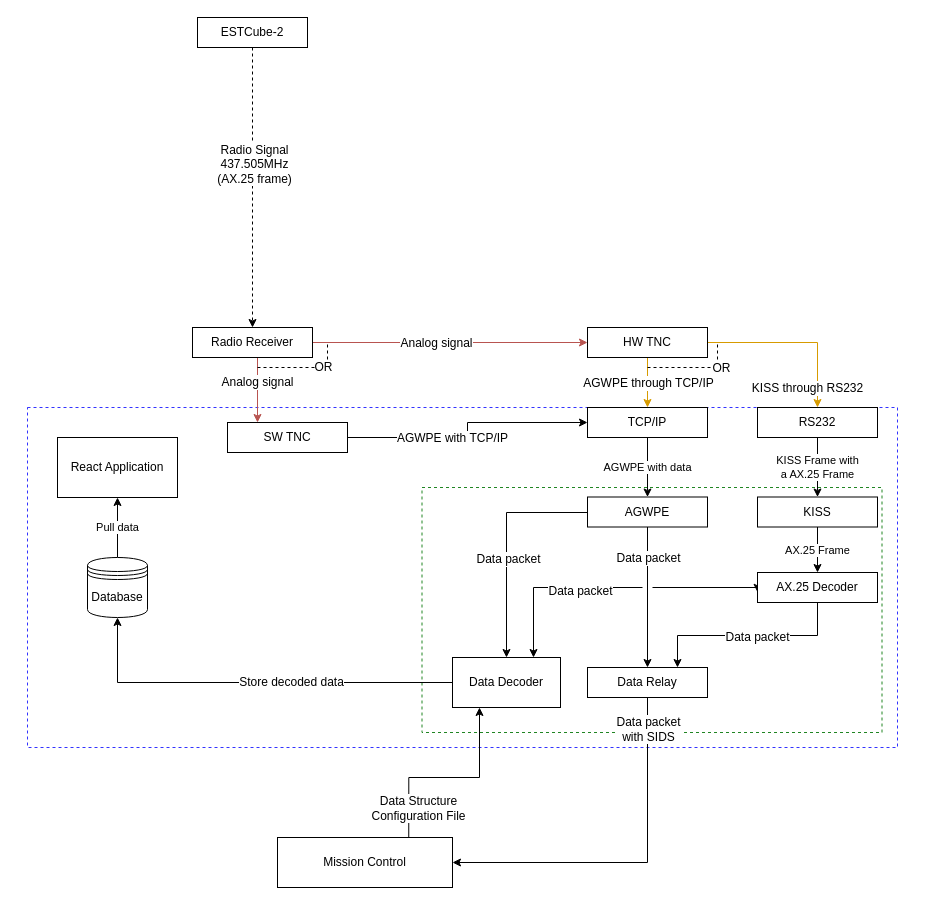
Before: doc/images/ec2-telemetry-diagram.drawio in estcube/Telemetry-Forwarding-Client, a draw.io diagram. Source tidied: cells renumbered, new cells numbered last; positions are measured from the earlier drawing's top-left corner, leaving out a move shared by most shapes. Both pictures are drawn from the tidied source at 100%, with x=0, y=0 at pixel (27, 17).
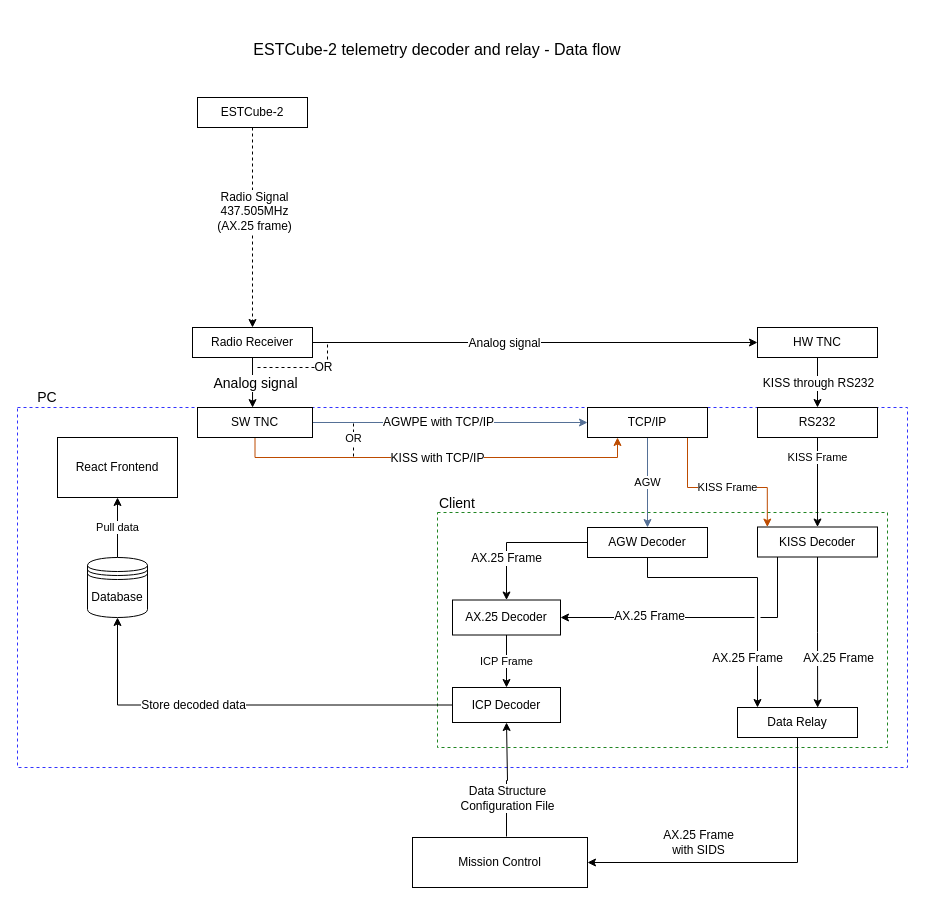
The same page after the edit.

Commit message (it also covers changes not shown here):
Updated the data flow diagram according to meeting notes.

Related to #5.

The change refers to these unchanged cells:
```xml
<mxCell id="11" value="Radio Receiver" style="rounded=0;whiteSpace=wrap;html=1;" parent="1" vertex="1">
  <mxGeometry x="165" y="310" width="120" height="30" as="geometry" />
</mxCell>
<mxCell id="18" value="TCP/IP" style="rounded=0;whiteSpace=wrap;html=1;" parent="1" vertex="1">
  <mxGeometry x="560" y="390" width="120" height="30" as="geometry" />
</mxCell>
<mxCell id="34" value="Database" style="shape=datastore;whiteSpace=wrap;html=1;" parent="1" vertex="1">
  <mxGeometry x="60" y="540" width="60" height="60" as="geometry" />
</mxCell>
<mxCell id="40" value="RS232" style="rounded=0;whiteSpace=wrap;html=1;" parent="1" vertex="1">
  <mxGeometry x="730" y="390" width="120" height="30" as="geometry" />
</mxCell>
```

Diff of the diagram source:
```diff
@@
+    <mxCell id="3" style="rounded=0;whiteSpace=wrap;html=1;fillColor=none;dashed=1;strokeColor=#3333FF;" parent="1" vertex="1">
+      <mxGeometry x="-10" y="390" width="890" height="360" as="geometry" />
+    </mxCell>
     <mxCell id="2" style="rounded=0;whiteSpace=wrap;html=1;fillColor=none;dashed=1;strokeColor=#208523;" parent="1" vertex="1">
-      <mxGeometry x="394.5" y="470" width="460" height="245" as="geometry" />
+      <mxGeometry x="410" y="495" width="450" height="235" as="geometry" />
     </mxCell>
-    <mxCell id="3" style="rounded=0;whiteSpace=wrap;html=1;fillColor=none;dashed=1;strokeColor=#3333FF;" parent="1" vertex="1">
-      <mxGeometry y="390" width="870" height="340" as="geometry" />
-    </mxCell>
@@
     <mxCell id="6" value="ESTCube-2" style="rounded=0;whiteSpace=wrap;html=1;" parent="1" vertex="1">
-      <mxGeometry x="170" width="110" height="30" as="geometry" />
+      <mxGeometry x="170" y="80" width="110" height="30" as="geometry" />
     </mxCell>
-    <mxCell id="7" style="edgeStyle=elbowEdgeStyle;rounded=0;jettySize=auto;html=1;entryX=0;entryY=0.5;entryDx=0;entryDy=0;elbow=vertical;shadow=0;comic=0;fillColor=#f8cecc;strokeColor=#b85450;" parent="1" edge="1" source="11" target="16">
+    <mxCell id="7" style="edgeStyle=elbowEdgeStyle;rounded=0;jettySize=auto;html=1;entryX=0;entryY=0.5;entryDx=0;entryDy=0;elbow=vertical;shadow=0;comic=0;fillColor=#f8cecc;strokeColor=#000000;" parent="1" edge="1" source="11" target="16">
       <mxGeometry relative="1" as="geometry" />
     </mxCell>
@@
-    <mxCell id="9" style="edgeStyle=orthogonalEdgeStyle;rounded=0;jettySize=auto;html=1;entryX=0.25;entryY=0;entryDx=0;entryDy=0;shadow=0;comic=0;fillColor=#f8cecc;strokeColor=#b85450;" parent="1" edge="1" source="11" target="38">
-      <mxGeometry relative="1" as="geometry">
-        <Array as="points">
-          <mxPoint x="230" y="360" />
-          <mxPoint x="230" y="360" />
-        </Array>
-      </mxGeometry>
+    <mxCell id="9" style="edgeStyle=orthogonalEdgeStyle;rounded=0;jumpStyle=gap;jettySize=auto;html=1;entryX=0.479;entryY=0.004;entryDx=0;entryDy=0;entryPerimeter=0;strokeColor=#000000;fontFamily=Helvetica;fontSize=14;" parent="1" edge="1" source="11" target="38">
+      <mxGeometry relative="1" as="geometry" />
     </mxCell>
-    <mxCell id="10" value="Analog signal" style="text;html=1;align=center;verticalAlign=middle;labelBackgroundColor=#ffffff;" parent="9" vertex="1">
-      <mxGeometry x="-0.28" y="-2" relative="1" as="geometry">
-        <mxPoint x="1.5" y="1.5" as="offset" />
+    <mxCell id="10" value="Analog signal" style="text;html=1;align=center;verticalAlign=middle;labelBackgroundColor=#ffffff;fontSize=14;fontFamily=Helvetica;" parent="9" vertex="1">
+      <mxGeometry x="0.22" y="-1" relative="1" as="geometry">
+        <mxPoint x="3.5" y="-5.5" as="offset" />
       </mxGeometry>
     </mxCell>
@@
-    <mxCell id="12" style="edgeStyle=orthogonalEdgeStyle;rounded=0;jettySize=auto;html=1;fillColor=#ffe6cc;strokeColor=#d79b00;" parent="1" edge="1" source="16" target="18">
-      <mxGeometry relative="1" as="geometry" />
-    </mxCell>
-    <mxCell id="13" value="AGWPE through TCP/IP" style="text;html=1;align=center;verticalAlign=middle;labelBackgroundColor=#ffffff;" parent="12" vertex="1">
-      <mxGeometry x="-0.25" y="-4" relative="1" as="geometry">
-        <mxPoint x="4" y="6" as="offset" />
-      </mxGeometry>
-    </mxCell>
-    <mxCell id="14" style="edgeStyle=orthogonalEdgeStyle;rounded=0;jettySize=auto;html=1;fillColor=#ffe6cc;strokeColor=#d79b00;" parent="1" edge="1" source="16" target="40">
+    <mxCell id="14" style="edgeStyle=orthogonalEdgeStyle;rounded=0;jettySize=auto;html=1;fillColor=#ffe6cc;strokeColor=#000000;" parent="1" edge="1" source="16" target="40">
       <mxGeometry relative="1" as="geometry" />
     </mxCell>
-    <mxCell id="15" value="KISS through RS232" style="text;html=1;align=center;verticalAlign=middle;labelBackgroundColor=#ffffff;" parent="14" vertex="1">
+    <mxCell id="15" value="KISS through RS232" style="text;html=1;align=center;verticalAlign=middle;labelBackgroundColor=#ffffff;direction=south;" parent="14" vertex="1">
       <mxGeometry x="-0.3" y="-2" relative="1" as="geometry">
-        <mxPoint x="38.5" y="43.5" as="offset" />
+        <mxPoint x="2" y="7" as="offset" />
       </mxGeometry>
     </mxCell>
     <mxCell id="16" value="HW TNC" style="rounded=0;whiteSpace=wrap;html=1;" parent="1" vertex="1">
-      <mxGeometry x="560" y="310" width="120" height="30" as="geometry" />
+      <mxGeometry x="730" y="310" width="120" height="30" as="geometry" />
     </mxCell>
-    <mxCell id="17" value="AGWPE with data" style="edgeStyle=orthogonalEdgeStyle;rounded=0;jettySize=auto;html=1;" parent="1" edge="1" source="18" target="23">
-      <mxGeometry relative="1" as="geometry" />
+    <mxCell id="17" value="AGW" style="edgeStyle=orthogonalEdgeStyle;rounded=0;jettySize=auto;html=1;strokeColor=#557096;" parent="1" edge="1" source="18" target="23">
+      <mxGeometry relative="1" as="geometry">
+        <Array as="points">
+          <mxPoint x="620" y="460" />
+          <mxPoint x="620" y="460" />
+        </Array>
+      </mxGeometry>
     </mxCell>
+    <mxCell id="53" value="KISS Frame" style="edgeStyle=orthogonalEdgeStyle;rounded=0;jettySize=auto;html=1;entryX=0.082;entryY=0.002;entryDx=0;entryDy=0;entryPerimeter=0;fillColor=#f8cecc;strokeColor=#BD4B00;" parent="1" edge="1" source="18" target="42">
+      <mxGeometry x="0.06" relative="1" as="geometry">
+        <Array as="points">
+          <mxPoint x="660" y="470" />
+          <mxPoint x="740" y="470" />
+        </Array>
+      </mxGeometry>
+    </mxCell>
@@
-    <mxCell id="19" style="edgeStyle=elbowEdgeStyle;rounded=0;comic=0;jumpStyle=gap;jettySize=auto;elbow=vertical;html=1;entryX=0.5;entryY=0;entryDx=0;entryDy=0;shadow=0;endArrow=classic;endFill=1;" parent="1" edge="1" source="23" target="26">
-      <mxGeometry relative="1" as="geometry" />
+    <mxCell id="19" style="edgeStyle=orthogonalEdgeStyle;rounded=0;jettySize=auto;html=1;" parent="1" edge="1" source="23" target="26">
+      <mxGeometry relative="1" as="geometry">
+        <Array as="points">
+          <mxPoint x="620" y="560" />
+          <mxPoint x="730" y="560" />
+        </Array>
+      </mxGeometry>
     </mxCell>
-    <mxCell id="20" value="Data packet" style="text;html=1;align=center;verticalAlign=middle;labelBackgroundColor=#ffffff;" parent="19" vertex="1">
-      <mxGeometry x="-0.39" y="-3" relative="1" as="geometry">
-        <mxPoint x="3" y="-12" as="offset" />
-      </mxGeometry>
-    </mxCell>
-    <mxCell id="21" style="edgeStyle=elbowEdgeStyle;rounded=0;comic=0;jumpStyle=gap;jettySize=auto;elbow=vertical;html=1;entryX=0.5;entryY=0;entryDx=0;entryDy=0;shadow=0;endArrow=classic;endFill=1;" parent="1" edge="1" source="23" target="32">
-      <mxGeometry relative="1" as="geometry">
-        <Array as="points">
-          <mxPoint x="540" y="495" />
-          <mxPoint x="510" y="550" />
-        </Array>
-      </mxGeometry>
-    </mxCell>
-    <mxCell id="22" value="Data packet" style="text;html=1;align=center;verticalAlign=middle;labelBackgroundColor=#ffffff;" parent="21" vertex="1">
-      <mxGeometry x="-0.29" y="46" relative="1" as="geometry" />
-    </mxCell>
+    <mxCell id="54" value="AX.25 Frame" style="text;html=1;align=center;verticalAlign=middle;labelBackgroundColor=#ffffff;" parent="19" vertex="1">
+      <mxGeometry x="-0.22" y="-4" relative="1" as="geometry">
+        <mxPoint x="18.5" y="76" as="offset" />
+      </mxGeometry>
+    </mxCell>
+    <mxCell id="55" style="edgeStyle=orthogonalEdgeStyle;rounded=0;jettySize=auto;html=1;strokeColor=#000000;" parent="1" edge="1" source="23" target="48">
+      <mxGeometry relative="1" as="geometry" />
+    </mxCell>
+    <mxCell id="56" value="AX.25 Frame" style="text;html=1;align=center;verticalAlign=middle;labelBackgroundColor=#ffffff;" parent="55" vertex="1">
+      <mxGeometry x="0.04" y="23" relative="1" as="geometry">
+        <mxPoint x="-9.5" y="-8" as="offset" />
+      </mxGeometry>
+    </mxCell>
-    <mxCell id="23" value="AGWPE" style="rounded=0;whiteSpace=wrap;html=1;" parent="1" vertex="1">
-      <mxGeometry x="560" y="479.5" width="120" height="30" as="geometry" />
+    <mxCell id="23" value="AGW Decoder" style="rounded=0;whiteSpace=wrap;html=1;" parent="1" vertex="1">
+      <mxGeometry x="560" y="510" width="120" height="30" as="geometry" />
     </mxCell>
     <mxCell id="24" style="edgeStyle=orthogonalEdgeStyle;rounded=0;jettySize=auto;html=1;" parent="1" edge="1" source="26" target="29">
       <mxGeometry relative="1" as="geometry">
         <Array as="points">
-          <mxPoint x="620" y="845" />
+          <mxPoint x="770" y="845" />
         </Array>
       </mxGeometry>
     </mxCell>
-    <mxCell id="25" value="Data packet &lt;br&gt;with SIDS" style="text;html=1;align=center;verticalAlign=middle;labelBackgroundColor=#ffffff;" parent="24" vertex="1">
+    <mxCell id="25" value="AX.25 Frame&lt;br&gt;with SIDS" style="text;html=1;align=center;verticalAlign=middle;labelBackgroundColor=#ffffff;" parent="24" vertex="1">
       <mxGeometry x="-0.69" y="-2" relative="1" as="geometry">
-        <mxPoint x="2" y="-25" as="offset" />
+        <mxPoint x="-98" y="52.5" as="offset" />
       </mxGeometry>
     </mxCell>
     <mxCell id="26" value="Data Relay" style="rounded=0;whiteSpace=wrap;html=1;" parent="1" vertex="1">
-      <mxGeometry x="560" y="650" width="120" height="30" as="geometry" />
+      <mxGeometry x="710" y="690" width="120" height="30" as="geometry" />
     </mxCell>
-    <mxCell id="27" style="edgeStyle=orthogonalEdgeStyle;rounded=0;jettySize=auto;html=1;entryX=0.25;entryY=1;entryDx=0;entryDy=0;exitX=0.75;exitY=0;exitDx=0;exitDy=0;" parent="1" edge="1" source="29" target="32">
+    <mxCell id="27" style="edgeStyle=orthogonalEdgeStyle;rounded=0;jettySize=auto;html=1;entryX=0.5;entryY=1;entryDx=0;entryDy=0;" parent="1" edge="1" target="32">
       <mxGeometry relative="1" as="geometry">
+        <mxPoint x="479" y="819" as="sourcePoint" />
         <Array as="points">
-          <mxPoint x="381" y="760" />
-          <mxPoint x="452" y="760" />
+          <mxPoint x="480" y="763" />
         </Array>
       </mxGeometry>
     </mxCell>
     <mxCell id="28" value="Data Structure&lt;br&gt;Configuration File" style="text;html=1;align=center;verticalAlign=middle;labelBackgroundColor=#ffffff;" parent="27" vertex="1">
       <mxGeometry x="0.11" y="-2" relative="1" as="geometry">
-        <mxPoint x="-42" y="28.5" as="offset" />
+        <mxPoint x="-2" y="24.5" as="offset" />
       </mxGeometry>
     </mxCell>
     <mxCell id="29" value="Mission Control" style="rounded=0;whiteSpace=wrap;html=1;" parent="1" vertex="1">
-      <mxGeometry x="250" y="820" width="175" height="50" as="geometry" />
+      <mxGeometry x="385" y="820" width="175" height="50" as="geometry" />
     </mxCell>
     <mxCell id="30" style="edgeStyle=orthogonalEdgeStyle;rounded=0;jettySize=auto;html=1;entryX=0.5;entryY=1;entryDx=0;entryDy=0;exitX=0;exitY=0.5;exitDx=0;exitDy=0;" parent="1" edge="1" source="32" target="34">
       <mxGeometry relative="1" as="geometry">
         <Array as="points">
-          <mxPoint x="90" y="665" />
+          <mxPoint x="90" y="688" />
         </Array>
       </mxGeometry>
     </mxCell>
     <mxCell id="31" value="Store decoded data" style="text;html=1;align=center;verticalAlign=middle;labelBackgroundColor=#ffffff;" parent="30" vertex="1">
-      <mxGeometry x="-0.19" y="-1" relative="1" as="geometry" />
+      <mxGeometry x="-0.19" y="-1" relative="1" as="geometry">
+        <mxPoint x="-88.5" y="1" as="offset" />
+      </mxGeometry>
     </mxCell>
-    <mxCell id="32" value="Data Decoder" style="rounded=0;whiteSpace=wrap;html=1;" parent="1" vertex="1">
-      <mxGeometry x="425" y="640" width="108" height="50" as="geometry" />
+    <mxCell id="32" value="ICP Decoder" style="rounded=0;whiteSpace=wrap;html=1;" parent="1" vertex="1">
+      <mxGeometry x="425" y="670" width="108" height="35" as="geometry" />
     </mxCell>
+    <mxCell id="46" value="ICP Frame" style="edgeStyle=orthogonalEdgeStyle;rounded=0;jumpStyle=gap;jettySize=auto;html=1;entryX=0.5;entryY=0;entryDx=0;entryDy=0;strokeColor=#000000;" parent="1" edge="1" source="48" target="32">
+      <mxGeometry relative="1" as="geometry" />
+    </mxCell>
+    <mxCell id="48" value="AX.25 Decoder" style="rounded=0;whiteSpace=wrap;html=1;" parent="1" vertex="1">
+      <mxGeometry x="425" y="582.5" width="108" height="35" as="geometry" />
+    </mxCell>
@@
-    <mxCell id="35" value="React Application" style="rounded=0;whiteSpace=wrap;html=1;fillColor=#ffffff;gradientColor=none;" parent="1" vertex="1">
+    <mxCell id="35" value="React Frontend" style="rounded=0;whiteSpace=wrap;html=1;fillColor=#ffffff;gradientColor=none;" parent="1" vertex="1">
       <mxGeometry x="30" y="420" width="120" height="60" as="geometry" />
     </mxCell>
-    <mxCell id="36" style="edgeStyle=orthogonalEdgeStyle;rounded=0;jettySize=auto;html=1;entryX=0;entryY=0.5;entryDx=0;entryDy=0;" parent="1" edge="1" source="38" target="18">
-      <mxGeometry relative="1" as="geometry" />
+    <mxCell id="36" style="edgeStyle=orthogonalEdgeStyle;rounded=0;jettySize=auto;html=1;entryX=0;entryY=0.5;entryDx=0;entryDy=0;fillColor=#dae8fc;strokeColor=#557096;" parent="1" edge="1" source="38" target="18">
+      <mxGeometry relative="1" as="geometry">
+        <Array as="points">
+          <mxPoint x="260" y="405" />
+        </Array>
+      </mxGeometry>
     </mxCell>
     <mxCell id="37" value="AGWPE with TCP/IP" style="text;html=1;align=center;verticalAlign=middle;labelBackgroundColor=#ffffff;" parent="36" vertex="1">
       <mxGeometry x="0.14" y="-2" relative="1" as="geometry">
-        <mxPoint x="-26" y="13.5" as="offset" />
+        <mxPoint x="-31.5" y="-2.5" as="offset" />
       </mxGeometry>
     </mxCell>
+    <mxCell id="57" style="edgeStyle=orthogonalEdgeStyle;rounded=0;jettySize=auto;html=1;entryX=0.25;entryY=1;entryDx=0;entryDy=0;fillColor=#ffe6cc;strokeColor=#BD4B00;" parent="1" edge="1" source="38" target="18">
+      <mxGeometry relative="1" as="geometry">
+        <Array as="points">
+          <mxPoint x="590" y="440" />
+        </Array>
+      </mxGeometry>
+    </mxCell>
+    <mxCell id="58" value="KISS with TCP/IP" style="text;html=1;align=center;verticalAlign=middle;labelBackgroundColor=#ffffff;" parent="57" vertex="1">
+      <mxGeometry x="-0.13" y="-2" relative="1" as="geometry">
+        <mxPoint x="27" y="-2" as="offset" />
+      </mxGeometry>
+    </mxCell>
     <mxCell id="38" value="SW TNC" style="rounded=0;whiteSpace=wrap;html=1;" parent="1" vertex="1">
-      <mxGeometry x="200" y="405" width="120" height="30" as="geometry" />
+      <mxGeometry x="170" y="390" width="115" height="30" as="geometry" />
     </mxCell>
-    <mxCell id="39" value="KISS Frame with&lt;br&gt;a AX.25 Frame" style="edgeStyle=orthogonalEdgeStyle;rounded=0;jettySize=auto;html=1;" parent="1" edge="1" source="40" target="42">
-      <mxGeometry relative="1" as="geometry" />
+    <mxCell id="39" value="KISS Frame" style="edgeStyle=orthogonalEdgeStyle;rounded=0;jettySize=auto;html=1;" parent="1" edge="1" source="40" target="42">
+      <mxGeometry x="-0.55" relative="1" as="geometry" />
     </mxCell>
@@
+    <mxCell id="59" style="edgeStyle=orthogonalEdgeStyle;rounded=0;jettySize=auto;html=1;entryX=0.668;entryY=0.007;entryDx=0;entryDy=0;entryPerimeter=0;" parent="1" edge="1" source="42" target="26">
+      <mxGeometry relative="1" as="geometry" />
+    </mxCell>
+    <mxCell id="60" value="AX.25 Frame" style="text;html=1;align=center;verticalAlign=middle;labelBackgroundColor=#ffffff;" parent="59" vertex="1">
+      <mxGeometry x="-0.26" y="-3" relative="1" as="geometry">
+        <mxPoint x="23" y="45" as="offset" />
+      </mxGeometry>
+    </mxCell>
-    <mxCell id="41" value="AX.25 Frame" style="edgeStyle=elbowEdgeStyle;rounded=0;comic=0;jumpStyle=gap;jettySize=auto;elbow=vertical;html=1;shadow=0;endArrow=classic;endFill=1;" parent="1" edge="1" source="42" target="48">
-      <mxGeometry relative="1" as="geometry" />
+    <mxCell id="41" style="edgeStyle=orthogonalEdgeStyle;rounded=0;jettySize=auto;html=1;entryX=1;entryY=0.5;entryDx=0;entryDy=0;strokeColor=#000000;jumpStyle=gap;" parent="1" edge="1" source="42" target="48">
+      <mxGeometry relative="1" as="geometry">
+        <Array as="points">
+          <mxPoint x="750" y="600" />
+        </Array>
+      </mxGeometry>
     </mxCell>
+    <mxCell id="61" value="AX.25 Frame" style="text;html=1;align=center;verticalAlign=middle;labelBackgroundColor=#ffffff;" parent="41" vertex="1">
+      <mxGeometry x="0.36" y="-2" relative="1" as="geometry" />
+    </mxCell>
-    <mxCell id="42" value="KISS" style="rounded=0;whiteSpace=wrap;html=1;" parent="1" vertex="1">
-      <mxGeometry x="730" y="479.5" width="120" height="30" as="geometry" />
+    <mxCell id="42" value="KISS Decoder" style="rounded=0;whiteSpace=wrap;html=1;" parent="1" vertex="1">
+      <mxGeometry x="730" y="509.5" width="120" height="30" as="geometry" />
     </mxCell>
-    <mxCell id="43" style="edgeStyle=elbowEdgeStyle;rounded=0;comic=0;jumpStyle=gap;jettySize=auto;elbow=vertical;html=1;shadow=0;endArrow=classic;endFill=1;entryX=0.75;entryY=0;entryDx=0;entryDy=0;" parent="1" edge="1" source="48" target="26">
-      <mxGeometry relative="1" as="geometry" />
-    </mxCell>
-    <mxCell id="44" value="Data packet" style="text;html=1;align=center;verticalAlign=middle;labelBackgroundColor=#ffffff;" parent="43" vertex="1">
-      <mxGeometry x="-0.08" y="1" relative="1" as="geometry" />
-    </mxCell>
-    <mxCell id="45" style="edgeStyle=elbowEdgeStyle;rounded=0;comic=0;jumpStyle=gap;jettySize=auto;elbow=vertical;html=1;exitX=0;exitY=0.5;exitDx=0;exitDy=0;shadow=0;endArrow=classic;endFill=1;" parent="1" edge="1" source="48" target="3">
-      <mxGeometry relative="1" as="geometry" />
-    </mxCell>
-    <mxCell id="46" style="edgeStyle=elbowEdgeStyle;rounded=0;comic=0;jumpStyle=gap;jumpSize=10;jettySize=auto;elbow=vertical;html=1;entryX=0.75;entryY=0;entryDx=0;entryDy=0;shadow=0;endArrow=classic;endFill=1;" parent="1" edge="1" source="48" target="32">
-      <mxGeometry relative="1" as="geometry">
-        <Array as="points">
-          <mxPoint x="680" y="570" />
-        </Array>
-      </mxGeometry>
-    </mxCell>
-    <mxCell id="47" value="Data packet" style="text;html=1;align=center;verticalAlign=middle;labelBackgroundColor=#ffffff;" parent="46" vertex="1">
-      <mxGeometry x="0.21" y="3" relative="1" as="geometry" />
-    </mxCell>
-    <mxCell id="48" value="AX.25 Decoder" style="rounded=0;whiteSpace=wrap;html=1;" parent="1" vertex="1">
-      <mxGeometry x="730" y="555" width="120" height="30" as="geometry" />
-    </mxCell>
@@
-    <mxCell id="51" style="edgeStyle=segmentEdgeStyle;endArrow=none;html=1;shadow=0;dashed=1;endFill=0;rounded=0;" parent="1" edge="1">
-      <mxGeometry relative="1" as="geometry">
-        <mxPoint x="620" y="350" as="sourcePoint" />
-        <mxPoint x="690" y="325" as="targetPoint" />
-        <Array as="points">
-          <mxPoint x="690" y="350" />
-        </Array>
-      </mxGeometry>
-    </mxCell>
-    <mxCell id="52" value="OR" style="text;html=1;align=center;verticalAlign=middle;labelBackgroundColor=#ffffff;" parent="51" vertex="1">
-      <mxGeometry x="0.35" y="1" relative="1" as="geometry">
-        <mxPoint x="9" y="1" as="offset" />
+    <mxCell id="52" value="OR" style="edgeStyle=segmentEdgeStyle;endArrow=none;html=1;shadow=0;dashed=1;endFill=0;rounded=0;" parent="1" edge="1">
+      <mxGeometry relative="1" as="geometry">
+        <mxPoint x="326" y="439" as="sourcePoint" />
+        <mxPoint x="326" y="404" as="targetPoint" />
+        <Array as="points">
+          <mxPoint x="326" y="420" />
+          <mxPoint x="326" y="420" />
+        </Array>
       </mxGeometry>
     </mxCell>
+    <mxCell id="62" value="PC" style="text;html=1;strokeColor=none;fillColor=none;align=center;verticalAlign=middle;whiteSpace=wrap;rounded=0;fontSize=14;" parent="1" vertex="1">
+      <mxGeometry y="370" width="40" height="20" as="geometry" />
+    </mxCell>
+    <mxCell id="63" value="Client" style="text;html=1;align=left;verticalAlign=top;spacingTop=-4;fontSize=14;" parent="1" vertex="1">
+      <mxGeometry x="410" y="475" width="50" height="20" as="geometry" />
+    </mxCell>
+    <mxCell id="64" value="ESTCube-2 telemetry decoder and relay - Data flow" style="text;html=1;align=center;verticalAlign=middle;rounded=0;fontSize=16;fontStyle=0;fontFamily=Helvetica;whiteSpace=wrap;labelBackgroundColor=none;" parent="1" vertex="1">
+      <mxGeometry x="190" y="10" width="440" height="43" as="geometry" />
+    </mxCell>
```
